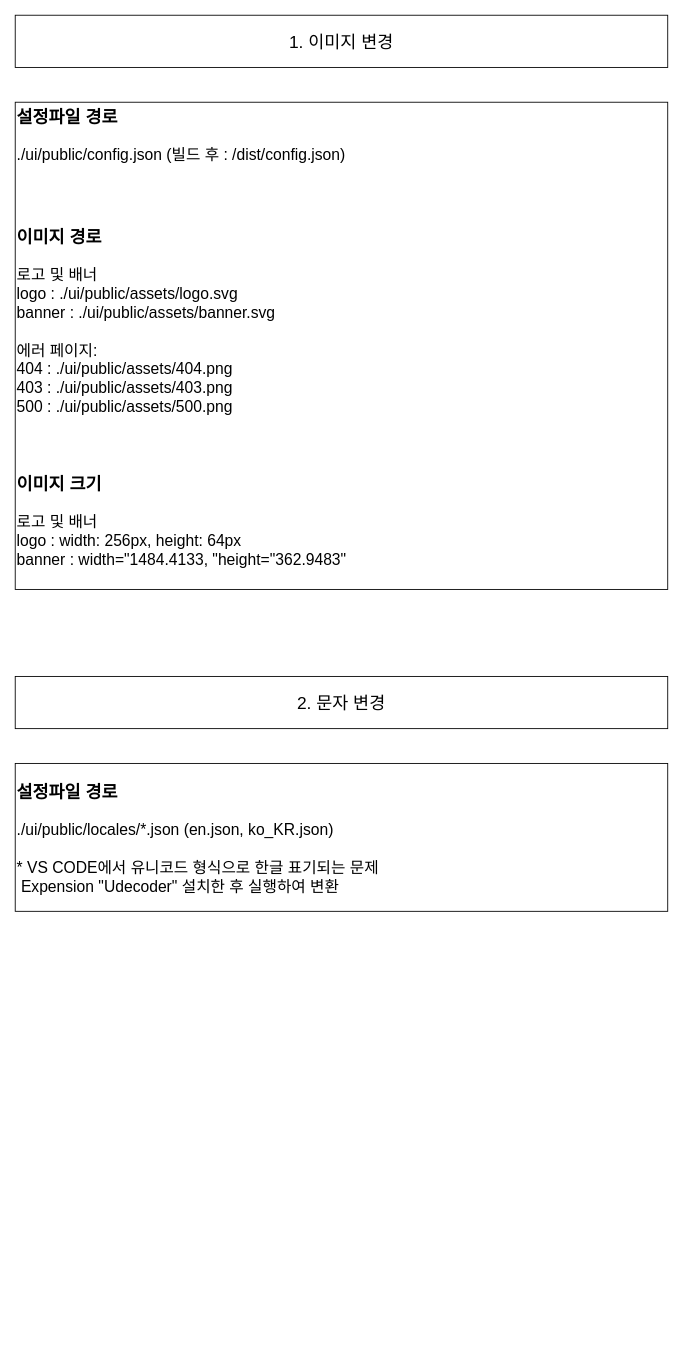
Before: primateUI-customize.drawio in stardom3645/wiki, a draw.io diagram. Source tidied: cells renumbered, new cells numbered last; positions are measured from the earlier drawing's top-left corner, leaving out a move shared by most shapes. Both pictures are drawn from the tidied source at 87%, with x=0, y=0 at pixel (15, 15).
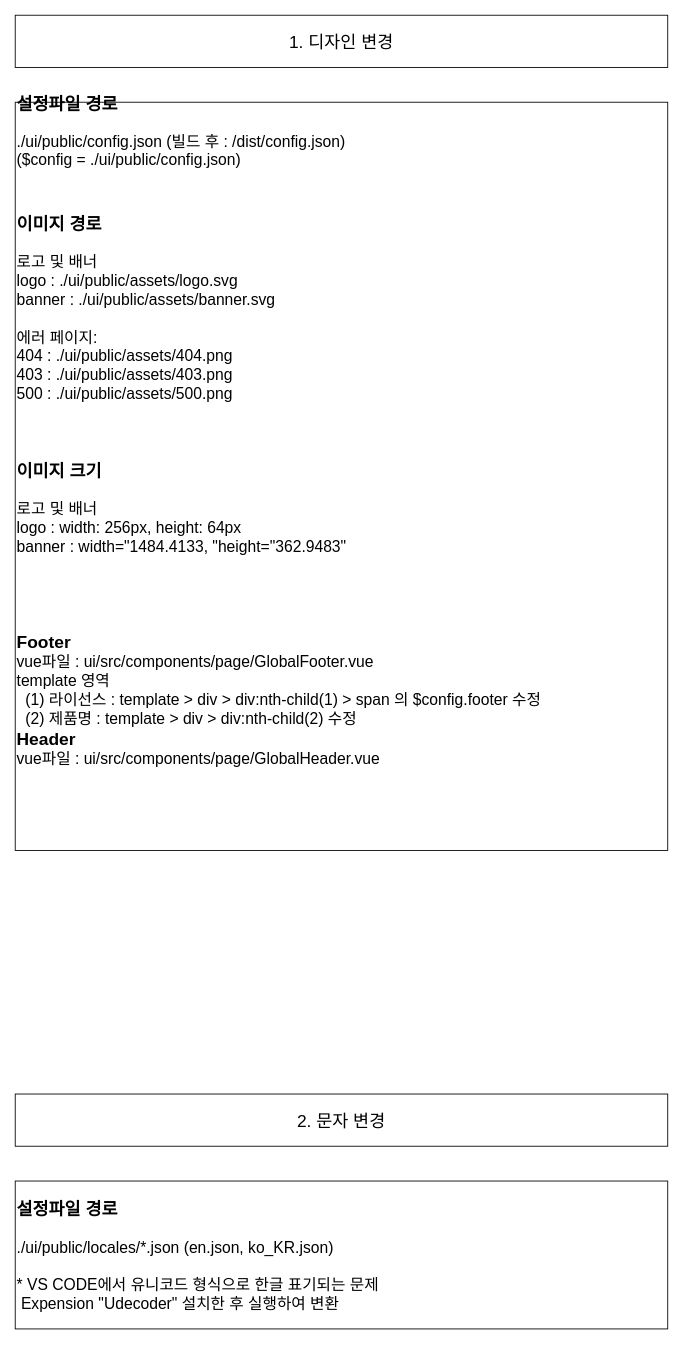
The same diagram, later.

The edit, as a diff of the source:
```diff
@@
 <mxGraphModel background="#ffffff">
   <root>
     <mxCell id="0" />
     <mxCell id="1" parent="0" />
-    <mxCell id="2" value="1. 이미지 변경" style="rounded=0;whiteSpace=wrap;html=1;fontSize=20;" parent="1" vertex="1">
+    <mxCell id="2" value="1. 디자인 변경" style="rounded=0;whiteSpace=wrap;html=1;fontSize=20;" parent="1" vertex="1">
       <mxGeometry width="750" height="60" as="geometry" />
     </mxCell>
-    <mxCell id="3" value="&lt;div&gt;&lt;div&gt;&lt;b&gt;&lt;font style=&quot;font-size: 20px&quot;&gt;&lt;br&gt;&lt;/font&gt;&lt;/b&gt;&lt;/div&gt;&lt;div&gt;&lt;div&gt;&lt;b&gt;&lt;font style=&quot;font-size: 20px&quot;&gt;설정파일 경로&lt;/font&gt;&lt;/b&gt;&lt;/div&gt;&lt;div&gt;&lt;br&gt;&lt;/div&gt;&lt;div&gt;./ui/public/config.json (빌드 후 : /dist/config.json)&lt;br&gt;&lt;/div&gt;&lt;/div&gt;&lt;div&gt;&lt;br&gt;&lt;/div&gt;&lt;div&gt;&lt;b&gt;&lt;font style=&quot;font-size: 20px&quot;&gt;&lt;br&gt;&lt;/font&gt;&lt;/b&gt;&lt;/div&gt;&lt;div&gt;&lt;b&gt;&lt;font style=&quot;font-size: 20px&quot;&gt;&lt;br&gt;&lt;/font&gt;&lt;/b&gt;&lt;/div&gt;&lt;div&gt;&lt;b&gt;&lt;font style=&quot;font-size: 20px&quot;&gt;이미지 경로&lt;/font&gt;&lt;/b&gt;&lt;/div&gt;&lt;div style=&quot;font-size: 18px&quot;&gt;&lt;br&gt;&lt;/div&gt;&lt;div style=&quot;font-size: 18px&quot;&gt;로고 및 배너&lt;/div&gt;&lt;div style=&quot;font-size: 18px&quot;&gt;logo : ./ui/public/assets/logo.svg&lt;/div&gt;&lt;div style=&quot;font-size: 18px&quot;&gt;banner : ./ui/public/assets/banner.svg&lt;/div&gt;&lt;div style=&quot;font-size: 18px&quot;&gt;&amp;nbsp;&amp;nbsp;&lt;/div&gt;&lt;div style=&quot;font-size: 18px&quot;&gt;에러 페이지:&lt;/div&gt;&lt;div style=&quot;font-size: 18px&quot;&gt;404 : ./ui/public/assets/404.png&lt;/div&gt;&lt;div style=&quot;font-size: 18px&quot;&gt;403 : ./ui/public/assets/403.png&lt;/div&gt;&lt;div style=&quot;font-size: 18px&quot;&gt;500 : ./ui/public/assets/500.png&lt;/div&gt;&lt;/div&gt;&lt;div style=&quot;font-size: 18px&quot;&gt;&lt;br&gt;&lt;/div&gt;&lt;div style=&quot;font-size: 18px&quot;&gt;&lt;br&gt;&lt;/div&gt;&lt;div style=&quot;font-size: 18px&quot;&gt;&lt;br&gt;&lt;/div&gt;&lt;div style=&quot;font-size: 18px&quot;&gt;&lt;div&gt;&lt;span style=&quot;font-size: 20px&quot;&gt;&lt;b&gt;이미지 크기&lt;/b&gt;&lt;/span&gt;&lt;/div&gt;&lt;div&gt;&lt;span&gt;&lt;br&gt;&lt;/span&gt;&lt;/div&gt;&lt;div&gt;&lt;span&gt;로고 및 배너&lt;/span&gt;&lt;br&gt;&lt;/div&gt;&lt;div&gt;logo : width: 256px, height: 64px&lt;/div&gt;&lt;div&gt;banner : width=&quot;1484.4133, &quot;height=&quot;362.9483&quot;&lt;/div&gt;&lt;div&gt;&amp;nbsp;&amp;nbsp;&lt;/div&gt;&lt;div&gt;&lt;br&gt;&lt;/div&gt;&lt;/div&gt;" style="rounded=0;whiteSpace=wrap;html=1;fontSize=18;align=left;" parent="1" vertex="1">
-      <mxGeometry y="100" width="750" height="560" as="geometry" />
+    <mxCell id="3" value="&lt;div&gt;&lt;div&gt;&lt;b&gt;&lt;font style=&quot;font-size: 20px&quot;&gt;&lt;br&gt;&lt;/font&gt;&lt;/b&gt;&lt;/div&gt;&lt;div&gt;&lt;div&gt;&lt;b&gt;&lt;font style=&quot;font-size: 20px&quot;&gt;설정파일 경로&lt;/font&gt;&lt;/b&gt;&lt;/div&gt;&lt;div&gt;&lt;br&gt;&lt;/div&gt;&lt;div&gt;./ui/public/config.json (빌드 후 : /dist/config.json)&lt;br&gt;&lt;/div&gt;&lt;/div&gt;&lt;div&gt;(&lt;span&gt;$config =&amp;nbsp;&lt;/span&gt;&lt;span&gt;./ui/public/config.json)&lt;/span&gt;&lt;br&gt;&lt;/div&gt;&lt;div&gt;&lt;b&gt;&lt;font style=&quot;font-size: 20px&quot;&gt;&lt;br&gt;&lt;/font&gt;&lt;/b&gt;&lt;/div&gt;&lt;div&gt;&lt;b&gt;&lt;font style=&quot;font-size: 20px&quot;&gt;&lt;br&gt;&lt;/font&gt;&lt;/b&gt;&lt;/div&gt;&lt;div&gt;&lt;b&gt;&lt;font style=&quot;font-size: 20px&quot;&gt;이미지 경로&lt;/font&gt;&lt;/b&gt;&lt;/div&gt;&lt;div style=&quot;font-size: 18px&quot;&gt;&lt;br&gt;&lt;/div&gt;&lt;div style=&quot;font-size: 18px&quot;&gt;로고 및 배너&lt;/div&gt;&lt;div style=&quot;font-size: 18px&quot;&gt;logo : ./ui/public/assets/logo.svg&lt;/div&gt;&lt;div style=&quot;font-size: 18px&quot;&gt;banner : ./ui/public/assets/banner.svg&lt;/div&gt;&lt;div style=&quot;font-size: 18px&quot;&gt;&amp;nbsp;&amp;nbsp;&lt;/div&gt;&lt;div style=&quot;font-size: 18px&quot;&gt;에러 페이지:&lt;/div&gt;&lt;div style=&quot;font-size: 18px&quot;&gt;404 : ./ui/public/assets/404.png&lt;/div&gt;&lt;div style=&quot;font-size: 18px&quot;&gt;403 : ./ui/public/assets/403.png&lt;/div&gt;&lt;div style=&quot;font-size: 18px&quot;&gt;500 : ./ui/public/assets/500.png&lt;/div&gt;&lt;/div&gt;&lt;div style=&quot;font-size: 18px&quot;&gt;&lt;br&gt;&lt;/div&gt;&lt;div style=&quot;font-size: 18px&quot;&gt;&lt;br&gt;&lt;/div&gt;&lt;div style=&quot;font-size: 18px&quot;&gt;&lt;br&gt;&lt;/div&gt;&lt;div&gt;&lt;div style=&quot;font-size: 18px&quot;&gt;&lt;span style=&quot;font-size: 20px&quot;&gt;&lt;b&gt;이미지 크기&lt;/b&gt;&lt;/span&gt;&lt;/div&gt;&lt;div style=&quot;font-size: 18px&quot;&gt;&lt;span&gt;&lt;br&gt;&lt;/span&gt;&lt;/div&gt;&lt;div style=&quot;font-size: 18px&quot;&gt;&lt;span&gt;로고 및 배너&lt;/span&gt;&lt;br&gt;&lt;/div&gt;&lt;div style=&quot;font-size: 18px&quot;&gt;logo : width: 256px, height: 64px&lt;/div&gt;&lt;div style=&quot;font-size: 18px&quot;&gt;banner : width=&quot;1484.4133, &quot;height=&quot;362.9483&quot;&lt;/div&gt;&lt;div style=&quot;font-size: 18px&quot;&gt;&lt;br&gt;&lt;/div&gt;&lt;div style=&quot;font-size: 18px&quot;&gt;&lt;br&gt;&lt;/div&gt;&lt;div&gt;&lt;div style=&quot;font-size: 18px&quot;&gt;&lt;br&gt;&lt;/div&gt;&lt;div style=&quot;font-size: 18px&quot;&gt;&lt;br&gt;&lt;/div&gt;&lt;div&gt;&lt;div&gt;&lt;span style=&quot;font-size: 20px&quot;&gt;&lt;b&gt;Footer&lt;/b&gt;&lt;/span&gt;&lt;/div&gt;&lt;div style=&quot;font-size: 18px&quot;&gt;&lt;span&gt;vue파일 : ui/src/components/page/GlobalFooter.vue&lt;/span&gt;&lt;br&gt;&lt;/div&gt;&lt;div style=&quot;font-size: 18px&quot;&gt;template 영역&lt;/div&gt;&lt;div style=&quot;font-size: 18px&quot;&gt;&amp;nbsp; (1) 라이선스 :&amp;nbsp;&lt;span&gt;template &amp;gt; div &amp;gt;&amp;nbsp;div:nth-child(1) &amp;gt;&amp;nbsp;&lt;/span&gt;&lt;span&gt;span 의 $config.footer 수정&lt;/span&gt;&lt;/div&gt;&lt;div style=&quot;font-size: 18px&quot;&gt;&amp;nbsp; (2) 제품명 : template &amp;gt; div &amp;gt;&amp;nbsp;div:nth-child(2) 수정&lt;/div&gt;&lt;div&gt;&lt;div style=&quot;font-size: 18px&quot;&gt;&lt;b style=&quot;font-size: 20px&quot;&gt;Header&lt;/b&gt;&lt;br&gt;&lt;/div&gt;&lt;div style=&quot;font-size: 18px&quot;&gt;&lt;span&gt;vue파일 : ui/src/components/page/GlobalHeader.vue&lt;/span&gt;&lt;br&gt;&lt;/div&gt;&lt;div style=&quot;font-size: 18px&quot;&gt;&lt;br&gt;&lt;/div&gt;&lt;/div&gt;&lt;div style=&quot;font-size: 18px&quot;&gt;&amp;nbsp;&amp;nbsp;&lt;/div&gt;&lt;div style=&quot;font-size: 18px&quot;&gt;&amp;nbsp;&lt;/div&gt;&lt;div style=&quot;font-size: 18px&quot;&gt;&lt;br&gt;&lt;/div&gt;&lt;/div&gt;&lt;/div&gt;&lt;div style=&quot;font-size: 18px&quot;&gt;&amp;nbsp;&amp;nbsp;&lt;/div&gt;&lt;div style=&quot;font-size: 18px&quot;&gt;&lt;br&gt;&lt;/div&gt;&lt;/div&gt;" style="rounded=0;whiteSpace=wrap;html=1;fontSize=18;align=left;" parent="1" vertex="1">
+      <mxGeometry y="100" width="750" height="860" as="geometry" />
     </mxCell>
     <mxCell id="4" value="2. 문자 변경" style="rounded=0;whiteSpace=wrap;html=1;fontSize=20;" parent="1" vertex="1">
-      <mxGeometry y="760" width="750" height="60" as="geometry" />
+      <mxGeometry y="1240" width="750" height="60" as="geometry" />
     </mxCell>
     <mxCell id="5" value="&lt;div&gt;&lt;div&gt;&lt;b&gt;&lt;font style=&quot;font-size: 20px&quot;&gt;&lt;br&gt;&lt;/font&gt;&lt;/b&gt;&lt;/div&gt;&lt;div&gt;&lt;div&gt;&lt;b&gt;&lt;font style=&quot;font-size: 20px&quot;&gt;설정파일 경로&lt;/font&gt;&lt;/b&gt;&lt;/div&gt;&lt;div&gt;&lt;br&gt;&lt;/div&gt;&lt;div&gt;&lt;span&gt;./ui/&lt;/span&gt;public/locales/*.json (en.json, ko_KR.json)&lt;/div&gt;&lt;/div&gt;&lt;div&gt;&lt;br&gt;&lt;/div&gt;&lt;div&gt;* VS CODE에서 유니코드 형식으로 한글 표기되는 문제&lt;/div&gt;&lt;div&gt;&amp;nbsp;Expension &quot;Udecoder&quot; 설치한 후 실행하여 변환&lt;/div&gt;&lt;div&gt;&lt;br&gt;&lt;/div&gt;&lt;/div&gt;" style="rounded=0;whiteSpace=wrap;html=1;fontSize=18;align=left;" parent="1" vertex="1">
-      <mxGeometry y="860" width="750" height="170" as="geometry" />
+      <mxGeometry y="1340" width="750" height="170" as="geometry" />
     </mxCell>
   </root>
 </mxGraphModel>
```
